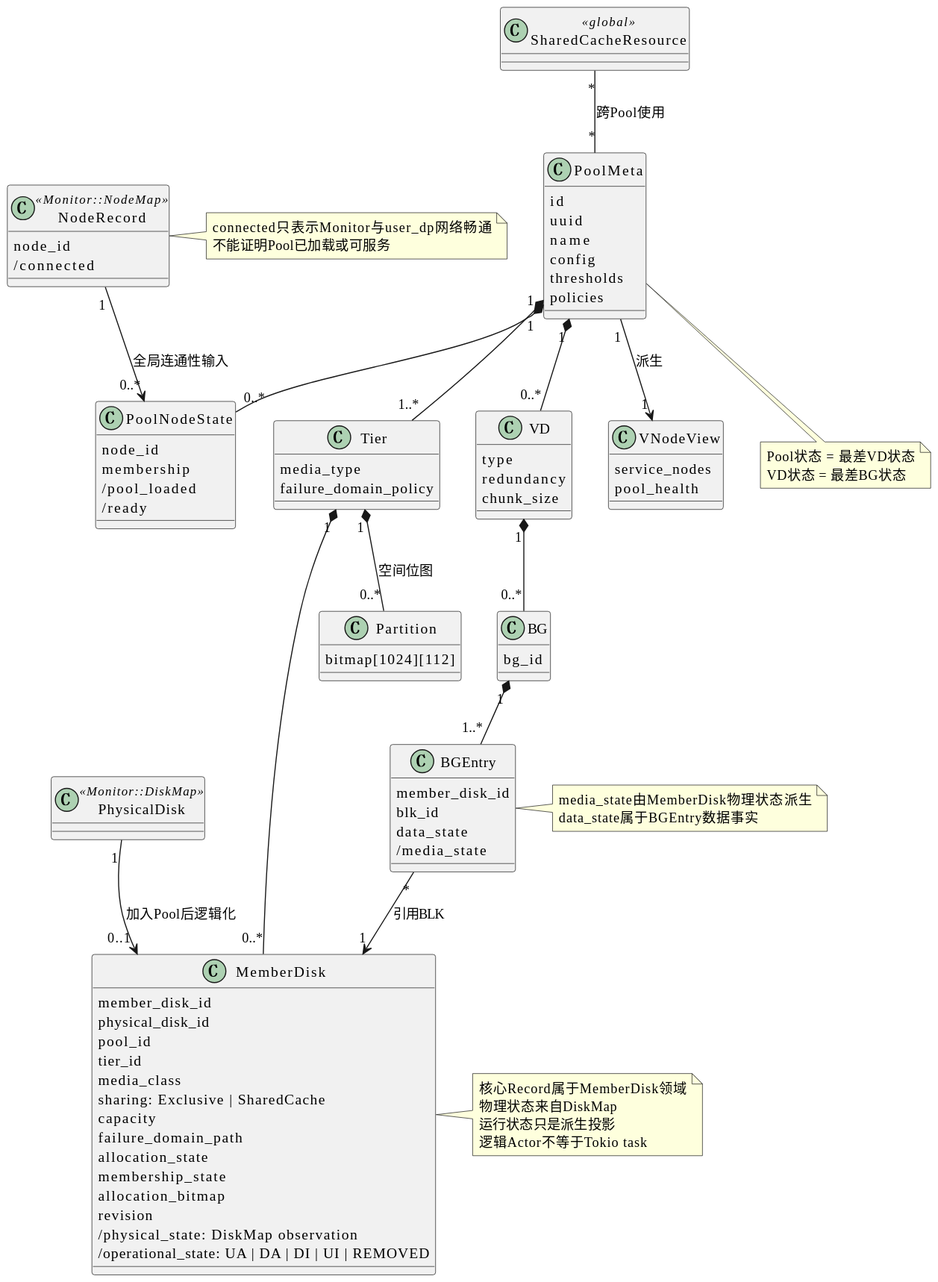
Above: pool-control-plane-baseline/assets/domain-model.svg in limushu/runtime (PlantUML), before the change.
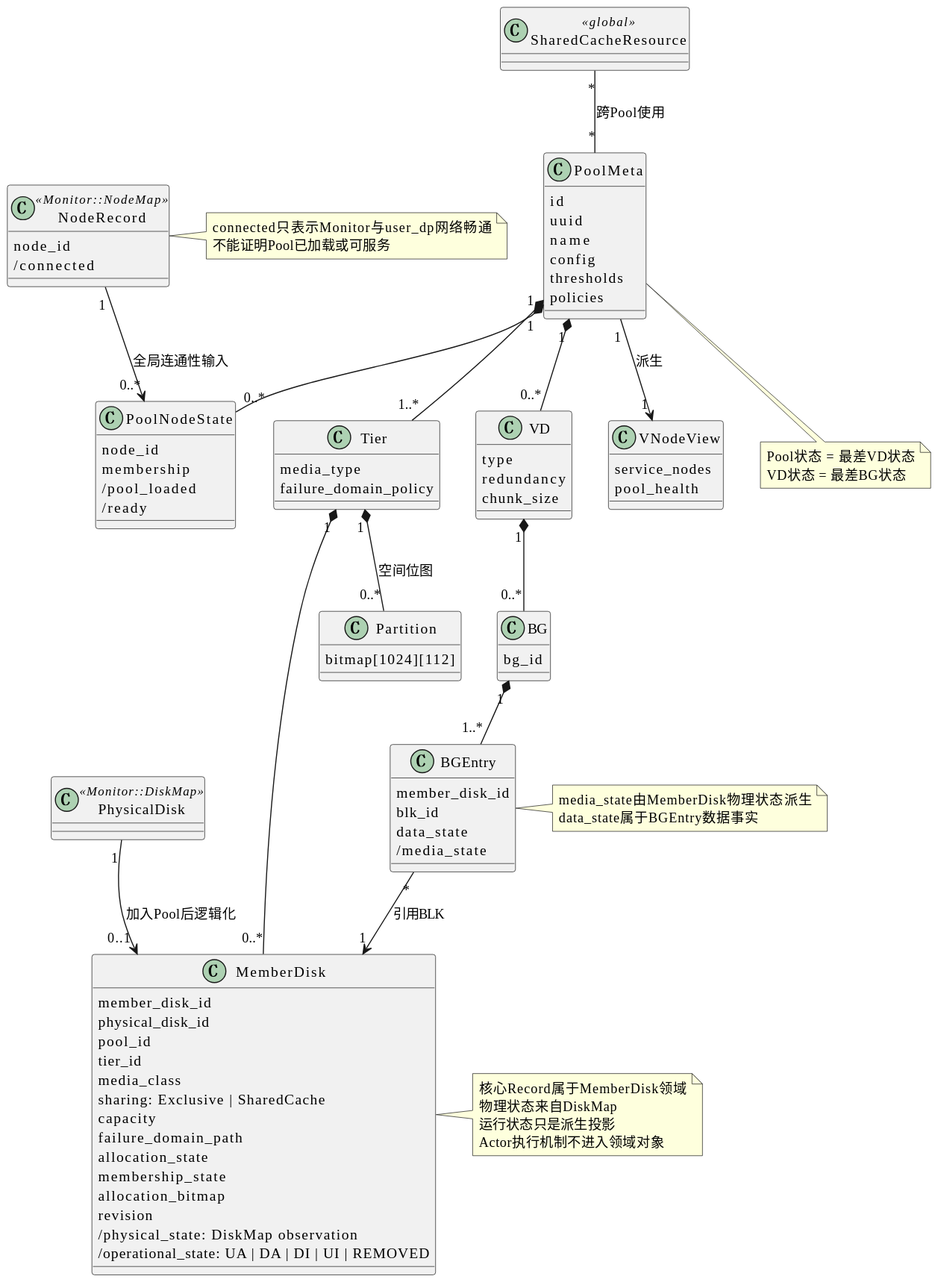
After the change.

What changed in the source:
```diff
@@ -107,6 +107,6 @@
 核心Record属于MemberDisk领域
 物理状态来自DiskMap
 运行状态只是派生投影
-逻辑Actor不等于Tokio task
+Actor执行机制不进入领域对象
 end note
 @enduml
```
